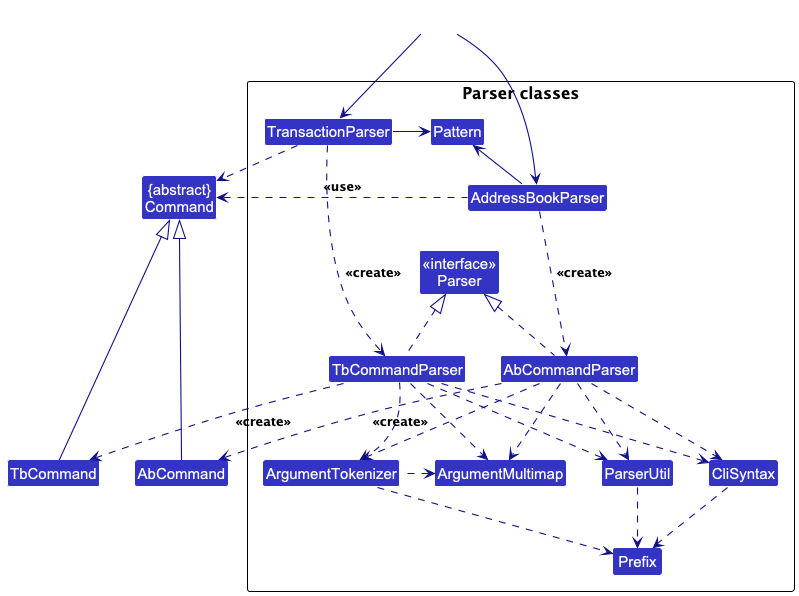
Above: docs/images/ParserClasses.png in nus-cs2103-AY2425S1/tp (PlantUML), before the change.
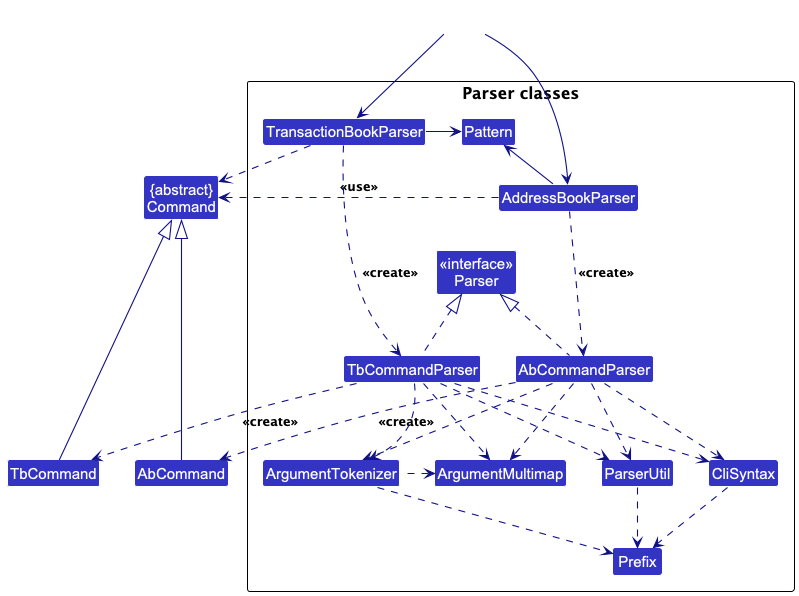
The same file after the commit.

Diff of the diagram source:
```diff
@@ -11,7 +11,7 @@
 package "Parser classes"{
 Class "<<interface>>\nParser" as Parser
 Class AddressBookParser
-Class TransactionParser
+Class TransactionBookParser
 Class AbCommandParser
 Class TbCommandParser
 Class CliSyntax
@@ -24,7 +24,7 @@
 
 Class HiddenOutside #FFFFFF
 HiddenOutside --> AddressBookParser
-HiddenOutside --> TransactionParser
+HiddenOutside --> TransactionBookParser
 
 ArgumentTokenizer .left.> ArgumentMultimap
 CliSyntax ..> Prefix
@@ -42,10 +42,10 @@
 AbCommandParser ..> ArgumentTokenizer
 AbCommandParser ..> CliSyntax
 
-TransactionParser -right-> Pattern
-TransactionParser .down.> TbCommandParser: <<create>>
+TransactionBookParser -right-> Pattern
+TransactionBookParser .down.> TbCommandParser: <<create>>
 TbCommandParser ..> TbCommand : <<create>>
-TransactionParser .right.> Command : <<use>>
+TransactionBookParser .right.> Command : <<use>>
 TbCommandParser .up.|> Parser
 TbCommandParser ..> ArgumentMultimap
 TbCommandParser ..> ArgumentTokenizer
```
